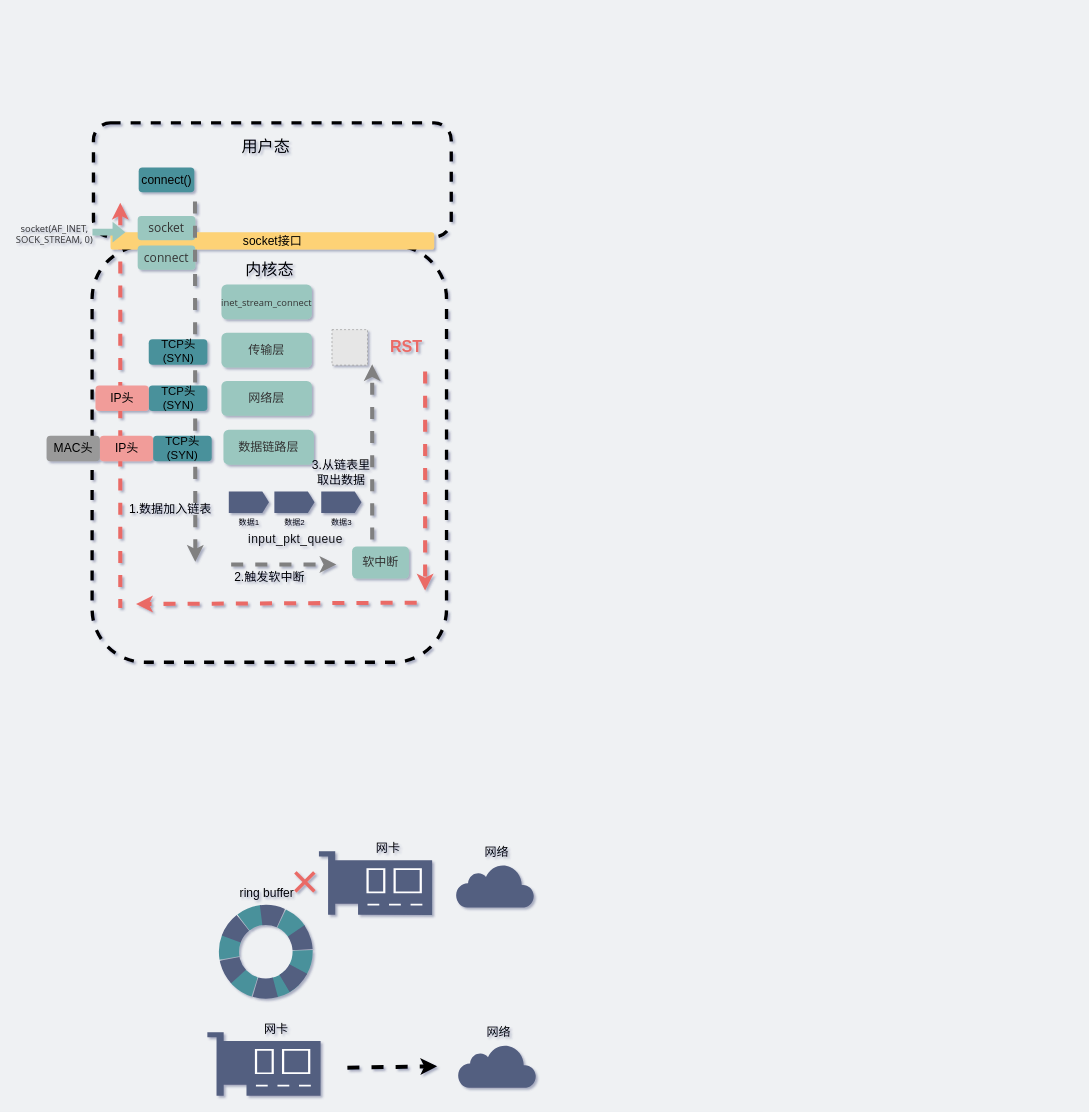
Before: network/连外网地址时端口不存在.drawio in xiaobaiTech/image, a draw.io diagram. Source tidied: cells renumbered, new cells numbered last; positions are measured from the earlier drawing's top-left corner, leaving out a move shared by most shapes. Both pictures are drawn from the tidied source at 67%, with x=0, y=0 at pixel (11, 123). Pictures stored in the file or linked from it are replaced by grey dashed boxes.
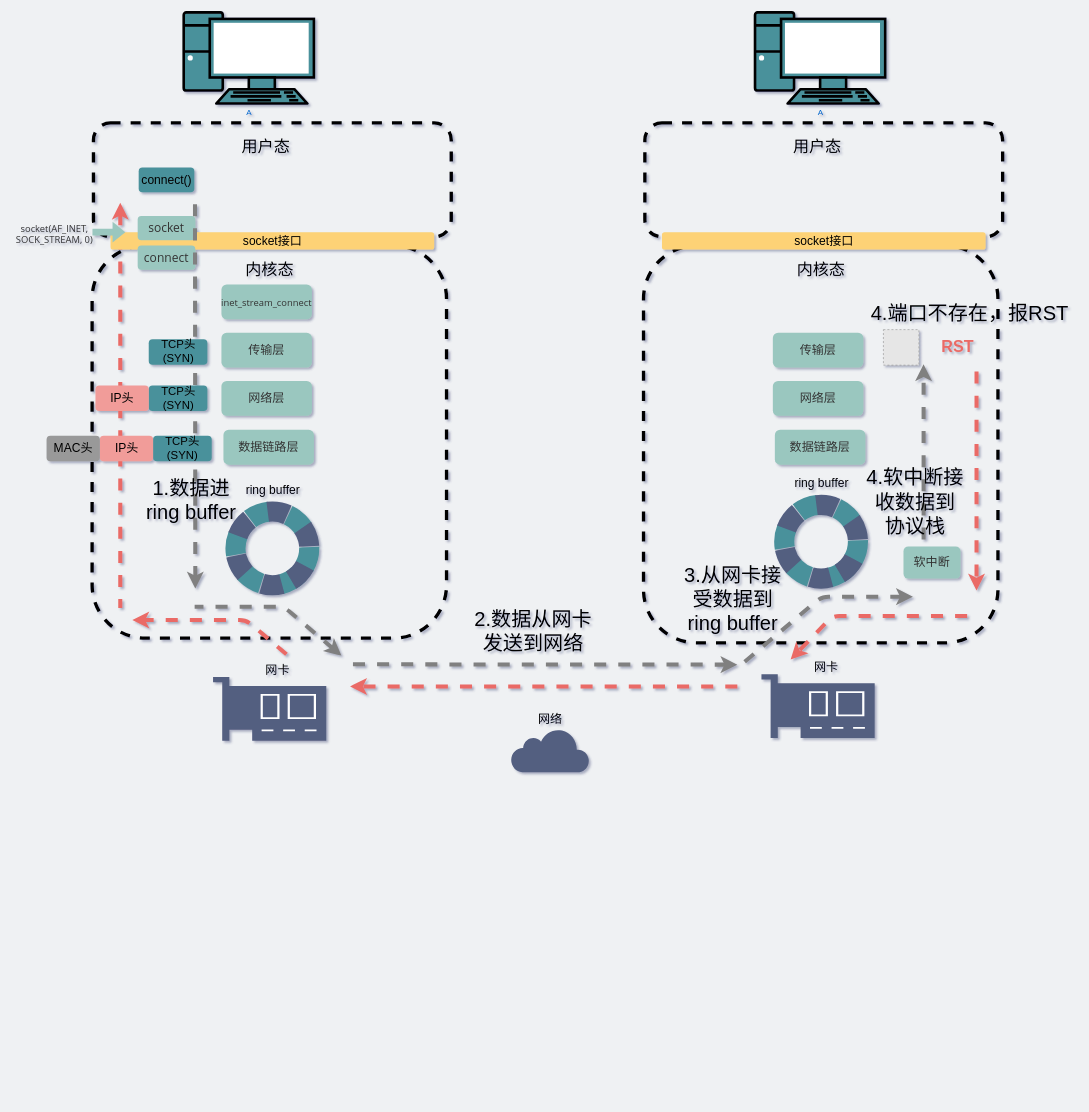
After the change.

Commit message:
Update 连外网地址时端口不存在.drawio

Diff of the diagram source:
```diff
@@
+    <mxCell id="51" style="rounded=1;whiteSpace=wrap;html=1;dashed=1;strokeWidth=5;fillColor=none;" parent="1" vertex="1">
+      <mxGeometry x="943" y="183" width="529" height="593" as="geometry" />
+    </mxCell>
@@
     <mxCell id="4" style="rounded=1;whiteSpace=wrap;html=1;dashed=1;strokeWidth=5;fillColor=none;" parent="1" vertex="1">
-      <mxGeometry x="120" y="183" width="529" height="622" as="geometry" />
+      <mxGeometry x="120" y="183" width="529" height="586" as="geometry" />
     </mxCell>
@@
-    <mxCell id="16" style="shadow=0;dashed=0;html=1;strokeColor=none;labelPosition=center;verticalLabelPosition=bottom;verticalAlign=top;align=center;shape=mxgraph.veeam2.network_card;fillColor=#535E80;" parent="1" vertex="1">
-      <mxGeometry x="292" y="1357" width="169" height="95" as="geometry" />
-    </mxCell>
     <mxCell id="17" style="ellipse;whiteSpace=wrap;html=1;dashed=1;fontSize=18;strokeWidth=30;fillColor=none;strokeColor=#4A919B;rotation=45;dashPattern=1 1;" parent="1" vertex="1">
-      <mxGeometry x="324.2" y="1182" width="110" height="110" as="geometry" />
+      <mxGeometry x="334" y="580" width="110" height="110" as="geometry" />
     </mxCell>
     <mxCell id="18" style="ellipse;whiteSpace=wrap;html=1;dashed=1;fontSize=18;strokeWidth=30;fillColor=none;rotation=75;dashPattern=1 1;strokeColor=#535E80;" parent="1" vertex="1">
-      <mxGeometry x="324.2" y="1182" width="110" height="110" as="geometry" />
+      <mxGeometry x="334" y="580" width="110" height="110" as="geometry" />
     </mxCell>
     <mxCell id="19" value="ring buffer" style="text;html=1;strokeColor=none;fillColor=none;align=center;verticalAlign=middle;whiteSpace=wrap;rounded=0;dashed=1;dashPattern=1 1;fontSize=18;" parent="1" vertex="1">
-      <mxGeometry x="327.5" y="1138" width="106" height="24" as="geometry" />
+      <mxGeometry x="337.2" y="536" width="106" height="24" as="geometry" />
     </mxCell>
-    <mxCell id="20" value="网卡" style="text;html=1;strokeColor=none;fillColor=none;align=center;verticalAlign=middle;whiteSpace=wrap;rounded=0;dashed=1;dashPattern=1 1;fontSize=18;" parent="1" vertex="1">
-      <mxGeometry x="342" y="1341" width="106" height="24" as="geometry" />
-    </mxCell>
@@
     <mxCell id="22" style="endArrow=none;dashed=1;html=1;labelBackgroundColor=none;fontSize=18;fontColor=#9AC7BF;fillColor=#9AC7BF;startArrow=classic;startFill=1;strokeWidth=6;strokeColor=#808080;" parent="1" edge="1">
       <mxGeometry relative="1" as="geometry">
-        <mxPoint x="274" y="655" as="sourcePoint" />
+        <mxPoint x="274" y="695" as="sourcePoint" />
         <mxPoint x="273.5" y="111" as="targetPoint" />
       </mxGeometry>
     </mxCell>
-    <mxCell id="23" style="endArrow=classic;dashed=1;html=1;labelBackgroundColor=none;fontSize=18;fontColor=#9AC7BF;strokeWidth=6;fillColor=#9AC7BF;endFill=1;" parent="1" edge="1">
-      <mxGeometry relative="1" as="geometry">
-        <mxPoint x="501" y="1410" as="sourcePoint" />
-        <mxPoint x="635" y="1408" as="targetPoint" />
-      </mxGeometry>
-    </mxCell>
-    <mxCell id="24" style="html=1;gradientColor=none;gradientDirection=north;strokeWidth=2;shape=mxgraph.networks.cloud;fontColor=#ffffff;dashed=1;dashPattern=1 1;labelBackgroundColor=none;fontSize=18;strokeColor=none;fillColor=#535E80;" parent="1" vertex="1">
-      <mxGeometry x="666" y="1375" width="117" height="65" as="geometry" />
-    </mxCell>
-    <mxCell id="25" value="网络" style="text;html=1;strokeColor=none;fillColor=none;align=center;verticalAlign=middle;whiteSpace=wrap;rounded=0;dashed=1;dashPattern=1 1;fontSize=18;" parent="1" vertex="1">
-      <mxGeometry x="674" y="1345" width="106" height="24" as="geometry" />
-    </mxCell>
@@
-    <mxCell id="32" value="数据1" style="shape=mxgraph.arrows2.arrow;verticalLabelPosition=bottom;shadow=0;dashed=0;align=center;html=1;verticalAlign=top;strokeWidth=1;dy=0;dx=10;notch=0;sketch=0;strokeColor=none;fillColor=#535E80;" parent="1" vertex="1">
-      <mxGeometry x="324" y="550" width="60" height="32" as="geometry" />
-    </mxCell>
-    <mxCell id="33" value="&lt;span style=&quot;font-family: , &amp;#34;simsun&amp;#34; ; font-size: 12px ; background-color: inherit ; color: rgb(18 , 18 , 18) ; letter-spacing: 0.544px ; text-align: justify&quot;&gt;&amp;nbsp;&lt;/span&gt;&lt;span style=&quot;font-family: , &amp;#34;simsun&amp;#34; ; background-color: inherit ; color: rgb(18 , 18 , 18) ; letter-spacing: 0.544px ; text-align: justify&quot;&gt;&lt;font style=&quot;font-size: 18px&quot;&gt;input_pkt_queue&lt;/font&gt;&lt;/span&gt;" style="text;html=1;strokeColor=none;fillColor=none;align=center;verticalAlign=middle;whiteSpace=wrap;rounded=0;dashed=1;dashPattern=1 1;fontSize=18;" parent="1" vertex="1">
-      <mxGeometry x="346" y="606" width="152" height="29.1" as="geometry" />
-    </mxCell>
-    <mxCell id="34" value="数据2" style="shape=mxgraph.arrows2.arrow;verticalLabelPosition=bottom;shadow=0;dashed=0;align=center;html=1;verticalAlign=top;strokeWidth=1;dy=0;dx=10;notch=0;sketch=0;strokeColor=none;fillColor=#535E80;" parent="1" vertex="1">
-      <mxGeometry x="392" y="550" width="60" height="32" as="geometry" />
-    </mxCell>
-    <mxCell id="35" value="数据3" style="shape=mxgraph.arrows2.arrow;verticalLabelPosition=bottom;shadow=0;dashed=0;align=center;html=1;verticalAlign=top;strokeWidth=1;dy=0;dx=10;notch=0;sketch=0;strokeColor=none;fillColor=#535E80;" parent="1" vertex="1">
-      <mxGeometry x="462" y="550" width="60" height="32" as="geometry" />
-    </mxCell>
-    <mxCell id="36" value="&lt;span style=&quot;color: rgb(51 , 51 , 51) ; font-family: &amp;#34;open sans&amp;#34; , &amp;#34;clear sans&amp;#34; , &amp;#34;helvetica neue&amp;#34; , &amp;#34;helvetica&amp;#34; , &amp;#34;arial&amp;#34; , sans-serif ; font-size: 18px&quot;&gt;软中断&lt;/span&gt;" style="rounded=1;whiteSpace=wrap;html=1;strokeColor=none;fontSize=18;fillColor=#9AC7BF;labelBackgroundColor=none;" parent="1" vertex="1">
-      <mxGeometry x="508" y="632" width="85" height="48" as="geometry" />
-    </mxCell>
-    <mxCell id="37" value="&lt;font style=&quot;font-size: 18px&quot;&gt;1.数据加入链表&lt;/font&gt;" style="text;html=1;strokeColor=none;fillColor=none;align=center;verticalAlign=middle;whiteSpace=wrap;rounded=0;sketch=0;" parent="1" vertex="1">
-      <mxGeometry x="174" y="560" width="126" height="34" as="geometry" />
-    </mxCell>
-    <mxCell id="38" value="&lt;font style=&quot;font-size: 18px&quot;&gt;2.触发软中断&lt;/font&gt;" style="text;html=1;strokeColor=none;fillColor=none;align=center;verticalAlign=middle;whiteSpace=wrap;rounded=0;sketch=0;" parent="1" vertex="1">
-      <mxGeometry x="322" y="661" width="126" height="34" as="geometry" />
-    </mxCell>
-    <mxCell id="39" style="endArrow=classic;html=1;strokeWidth=6;dashed=1;strokeColor=#808080;" parent="1" edge="1">
-      <mxGeometry relative="1" as="geometry">
-        <mxPoint x="327.5" y="659" as="sourcePoint" />
-        <mxPoint x="484.5" y="659" as="targetPoint" />
-      </mxGeometry>
-    </mxCell>
-    <mxCell id="40" style="endArrow=classic;dashed=1;html=1;labelBackgroundColor=none;fontSize=18;fontColor=#9AC7BF;fillColor=#9AC7BF;startArrow=none;startFill=0;strokeWidth=6;strokeColor=#808080;endFill=1;exitX=0.731;exitY=0.755;exitDx=0;exitDy=0;exitPerimeter=0;" parent="1" edge="1">
-      <mxGeometry relative="1" as="geometry">
-        <mxPoint x="538" y="621.8" as="sourcePoint" />
-        <mxPoint x="538" y="360.2" as="targetPoint" />
-      </mxGeometry>
-    </mxCell>
-    <mxCell id="41" value="&lt;font style=&quot;font-size: 18px&quot;&gt;3.从链表里&lt;br&gt;取出数据&lt;/font&gt;" style="text;html=1;strokeColor=none;fillColor=none;align=center;verticalAlign=middle;whiteSpace=wrap;rounded=0;sketch=0;" parent="1" vertex="1">
-      <mxGeometry x="429" y="505" width="126" height="34" as="geometry" />
-    </mxCell>
-    <mxCell id="42" style="fillColor=#E6E6E6;strokeColor=#999999;dashed=1;html=1;verticalAlign=top;verticalLabelPosition=bottom;labelBackgroundColor=#ffffff;" parent="1" vertex="1">
-      <mxGeometry x="478" y="308.5" width="53" height="53" as="geometry" />
-    </mxCell>
-    <mxCell id="43" value="&lt;font style=&quot;font-size: 24px&quot; color=&quot;#ea6b66&quot;&gt;&lt;b&gt;RST&lt;/b&gt;&lt;/font&gt;" style="text;html=1;strokeColor=none;fillColor=none;align=center;verticalAlign=middle;whiteSpace=wrap;rounded=0;" parent="1" vertex="1">
-      <mxGeometry x="569" y="325" width="40" height="20" as="geometry" />
-    </mxCell>
-    <mxCell id="44" style="endArrow=classic;html=1;strokeWidth=6;dashed=1;strokeColor=#EA6B66;" parent="1" edge="1">
-      <mxGeometry relative="1" as="geometry">
-        <mxPoint x="617" y="371" as="sourcePoint" />
-        <mxPoint x="617" y="698" as="targetPoint" />
-      </mxGeometry>
-    </mxCell>
-    <mxCell id="45" style="endArrow=classic;html=1;strokeWidth=6;dashed=1;strokeColor=#EA6B66;" parent="1" edge="1">
-      <mxGeometry relative="1" as="geometry">
-        <mxPoint x="604.5" y="716" as="sourcePoint" />
-        <mxPoint x="185.5" y="718" as="targetPoint" />
-      </mxGeometry>
-    </mxCell>
     <mxCell id="46" style="shadow=0;dashed=0;html=1;strokeColor=none;labelPosition=center;verticalLabelPosition=bottom;verticalAlign=top;align=center;shape=mxgraph.veeam2.network_card;fillColor=#535E80;" parent="1" vertex="1">
-      <mxGeometry x="458.5" y="1087" width="169" height="95" as="geometry" />
+      <mxGeometry x="300.5" y="827" width="169" height="95" as="geometry" />
     </mxCell>
     <mxCell id="47" value="网卡" style="text;html=1;strokeColor=none;fillColor=none;align=center;verticalAlign=middle;whiteSpace=wrap;rounded=0;dashed=1;dashPattern=1 1;fontSize=18;" parent="1" vertex="1">
-      <mxGeometry x="508.5" y="1071" width="106" height="24" as="geometry" />
+      <mxGeometry x="344" y="805" width="106" height="24" as="geometry" />
     </mxCell>
     <mxCell id="48" style="html=1;gradientColor=none;gradientDirection=north;strokeWidth=2;shape=mxgraph.networks.cloud;fontColor=#ffffff;dashed=1;dashPattern=1 1;labelBackgroundColor=none;fontSize=18;strokeColor=none;fillColor=#535E80;" parent="1" vertex="1">
-      <mxGeometry x="663" y="1106" width="117" height="65" as="geometry" />
+      <mxGeometry x="745.2" y="904" width="117" height="65" as="geometry" />
     </mxCell>
     <mxCell id="49" value="网络" style="text;html=1;strokeColor=none;fillColor=none;align=center;verticalAlign=middle;whiteSpace=wrap;rounded=0;dashed=1;dashPattern=1 1;fontSize=18;" parent="1" vertex="1">
-      <mxGeometry x="671" y="1076" width="106" height="24" as="geometry" />
+      <mxGeometry x="750.8" y="878" width="106" height="24" as="geometry" />
     </mxCell>
-    <mxCell id="50" value="&lt;font style=&quot;font-size: 72px&quot; color=&quot;#ea6b66&quot;&gt;×&lt;/font&gt;" style="text;html=1;strokeColor=none;fillColor=none;align=center;verticalAlign=middle;whiteSpace=wrap;rounded=0;sketch=0;fontSize=100;" parent="1" vertex="1">
-      <mxGeometry x="384" y="1076" width="108" height="89" as="geometry" />
-    </mxCell>
+    <mxCell id="52" style="rounded=1;whiteSpace=wrap;html=1;dashed=1;strokeWidth=5;fillColor=none;" parent="1" vertex="1">
+      <mxGeometry x="945" width="534" height="170" as="geometry" />
+    </mxCell>
+    <mxCell id="53" value="&lt;font style=&quot;font-size: 18px&quot;&gt;socket接口&lt;/font&gt;" style="rounded=1;whiteSpace=wrap;html=1;strokeColor=none;labelBackgroundColor=none;fillColor=#FDD276;" parent="1" vertex="1">
+      <mxGeometry x="970.5" y="163" width="483" height="26" as="geometry" />
+    </mxCell>
+    <mxCell id="54" value="&lt;font style=&quot;font-size: 24px&quot;&gt;用户态&lt;/font&gt;" style="text;html=1;strokeColor=none;fillColor=none;align=center;verticalAlign=middle;whiteSpace=wrap;rounded=0;dashed=1;" parent="1" vertex="1">
+      <mxGeometry x="1136" y="26" width="132.5" height="20" as="geometry" />
+    </mxCell>
+    <mxCell id="55" value="&lt;font style=&quot;font-size: 24px&quot;&gt;内核态&lt;/font&gt;" style="text;html=1;strokeColor=none;align=center;verticalAlign=middle;whiteSpace=wrap;rounded=0;dashed=1;labelBackgroundColor=none;" parent="1" vertex="1">
+      <mxGeometry x="1157" y="209" width="102" height="20" as="geometry" />
+    </mxCell>
+    <mxCell id="56" value="&lt;span style=&quot;color: rgb(51, 51, 51); font-family: &amp;quot;open sans&amp;quot;, &amp;quot;clear sans&amp;quot;, &amp;quot;helvetica neue&amp;quot;, helvetica, arial, sans-serif; font-size: 18px;&quot;&gt;&lt;font style=&quot;font-size: 18px&quot;&gt;传输层&lt;/font&gt;&lt;/span&gt;" style="rounded=1;whiteSpace=wrap;html=1;strokeColor=none;fontSize=18;fillColor=#9AC7BF;labelBackgroundColor=none;" parent="1" vertex="1">
+      <mxGeometry x="1136" y="313" width="135" height="52" as="geometry" />
+    </mxCell>
+    <mxCell id="57" value="&lt;span style=&quot;color: rgb(51, 51, 51); font-family: &amp;quot;open sans&amp;quot;, &amp;quot;clear sans&amp;quot;, &amp;quot;helvetica neue&amp;quot;, helvetica, arial, sans-serif; font-size: 18px;&quot;&gt;网络层&lt;/span&gt;" style="rounded=1;whiteSpace=wrap;html=1;strokeColor=none;fontSize=18;fillColor=#9AC7BF;labelBackgroundColor=none;" parent="1" vertex="1">
+      <mxGeometry x="1136" y="385" width="135" height="52" as="geometry" />
+    </mxCell>
+    <mxCell id="58" value="&lt;span style=&quot;color: rgb(51, 51, 51); font-family: &amp;quot;open sans&amp;quot;, &amp;quot;clear sans&amp;quot;, &amp;quot;helvetica neue&amp;quot;, helvetica, arial, sans-serif; font-size: 18px;&quot;&gt;数据链路层&lt;/span&gt;" style="rounded=1;whiteSpace=wrap;html=1;strokeColor=none;fontSize=18;fillColor=#9AC7BF;labelBackgroundColor=none;" parent="1" vertex="1">
+      <mxGeometry x="1139" y="458" width="135" height="52" as="geometry" />
+    </mxCell>
+    <mxCell id="36" value="&lt;span style=&quot;color: rgb(51 , 51 , 51) ; font-family: &amp;#34;open sans&amp;#34; , &amp;#34;clear sans&amp;#34; , &amp;#34;helvetica neue&amp;#34; , &amp;#34;helvetica&amp;#34; , &amp;#34;arial&amp;#34; , sans-serif ; font-size: 18px&quot;&gt;软中断&lt;/span&gt;" style="rounded=1;whiteSpace=wrap;html=1;strokeColor=none;fontSize=18;fillColor=#9AC7BF;labelBackgroundColor=none;" parent="1" vertex="1">
+      <mxGeometry x="1331" y="632" width="85" height="48" as="geometry" />
+    </mxCell>
+    <mxCell id="59" style="endArrow=classic;dashed=1;html=1;labelBackgroundColor=none;fontSize=18;fontColor=#9AC7BF;fillColor=#9AC7BF;startArrow=none;startFill=0;strokeWidth=6;strokeColor=#808080;endFill=1;exitX=0.731;exitY=0.755;exitDx=0;exitDy=0;exitPerimeter=0;" parent="1" edge="1">
+      <mxGeometry relative="1" as="geometry">
+        <mxPoint x="1361" y="621.8" as="sourcePoint" />
+        <mxPoint x="1361" y="360.2" as="targetPoint" />
+      </mxGeometry>
+    </mxCell>
+    <mxCell id="60" style="fillColor=#E6E6E6;strokeColor=#999999;dashed=1;html=1;verticalAlign=top;verticalLabelPosition=bottom;labelBackgroundColor=#ffffff;" parent="1" vertex="1">
+      <mxGeometry x="1301" y="308.5" width="53" height="53" as="geometry" />
+    </mxCell>
+    <mxCell id="43" value="&lt;font style=&quot;font-size: 24px&quot; color=&quot;#ea6b66&quot;&gt;&lt;b&gt;RST&lt;/b&gt;&lt;/font&gt;" style="text;html=1;strokeColor=none;fillColor=none;align=center;verticalAlign=middle;whiteSpace=wrap;rounded=0;" parent="1" vertex="1">
+      <mxGeometry x="1392" y="325" width="40" height="20" as="geometry" />
+    </mxCell>
+    <mxCell id="61" style="endArrow=classic;html=1;strokeWidth=6;dashed=1;strokeColor=#EA6B66;" parent="1" edge="1">
+      <mxGeometry relative="1" as="geometry">
+        <mxPoint x="1440" y="371" as="sourcePoint" />
+        <mxPoint x="1440" y="698" as="targetPoint" />
+      </mxGeometry>
+    </mxCell>
+    <mxCell id="62" style="endArrow=classic;html=1;strokeWidth=6;dashed=1;strokeColor=#EA6B66;entryX=0;entryY=0;entryDx=0;entryDy=0;" parent="1" edge="1" target="20">
+      <mxGeometry relative="1" as="geometry">
+        <mxPoint x="1426" y="736" as="sourcePoint" />
+        <Array as="points">
+          <mxPoint x="1225" y="736" />
+        </Array>
+      </mxGeometry>
+    </mxCell>
+    <mxCell id="63" style="shadow=0;dashed=0;html=1;strokeColor=none;labelPosition=center;verticalLabelPosition=bottom;verticalAlign=top;align=center;shape=mxgraph.veeam2.network_card;fillColor=#535E80;" parent="1" vertex="1">
+      <mxGeometry x="1119" y="823" width="169" height="95" as="geometry" />
+    </mxCell>
+    <mxCell id="20" value="网卡" style="text;html=1;strokeColor=none;fillColor=none;align=center;verticalAlign=middle;whiteSpace=wrap;rounded=0;dashed=1;dashPattern=1 1;fontSize=18;" parent="1" vertex="1">
+      <mxGeometry x="1162.5" y="801" width="106" height="24" as="geometry" />
+    </mxCell>
+    <mxCell id="64" style="ellipse;whiteSpace=wrap;html=1;dashed=1;fontSize=18;strokeWidth=30;fillColor=none;strokeColor=#4A919B;rotation=45;dashPattern=1 1;" parent="1" vertex="1">
+      <mxGeometry x="1153" y="570" width="110" height="110" as="geometry" />
+    </mxCell>
+    <mxCell id="65" style="ellipse;whiteSpace=wrap;html=1;dashed=1;fontSize=18;strokeWidth=30;fillColor=none;rotation=75;dashPattern=1 1;strokeColor=#535E80;" parent="1" vertex="1">
+      <mxGeometry x="1153" y="570" width="110" height="110" as="geometry" />
+    </mxCell>
+    <mxCell id="66" value="ring buffer" style="text;html=1;strokeColor=none;fillColor=none;align=center;verticalAlign=middle;whiteSpace=wrap;rounded=0;dashed=1;dashPattern=1 1;fontSize=18;" parent="1" vertex="1">
+      <mxGeometry x="1156.2" y="526" width="106" height="24" as="geometry" />
+    </mxCell>
+    <mxCell id="67" style="endArrow=classic;html=1;strokeWidth=6;dashed=1;strokeColor=#EA6B66;" parent="1" edge="1">
+      <mxGeometry relative="1" as="geometry">
+        <mxPoint x="1083" y="841" as="sourcePoint" />
+        <mxPoint x="505" y="841" as="targetPoint" />
+      </mxGeometry>
+    </mxCell>
+    <mxCell id="68" style="endArrow=classic;html=1;strokeWidth=6;dashed=1;strokeColor=#EA6B66;" parent="1" edge="1">
+      <mxGeometry relative="1" as="geometry">
+        <mxPoint x="410" y="793" as="sourcePoint" />
+        <mxPoint x="180" y="742" as="targetPoint" />
+        <Array as="points">
+          <mxPoint x="350" y="742" />
+        </Array>
+      </mxGeometry>
+    </mxCell>
+    <mxCell id="69" style="endArrow=none;dashed=1;html=1;labelBackgroundColor=none;fontSize=18;fontColor=#9AC7BF;fillColor=#9AC7BF;startArrow=classic;startFill=1;strokeWidth=6;strokeColor=#808080;" parent="1" edge="1">
+      <mxGeometry relative="1" as="geometry">
+        <mxPoint x="1083" y="808.5" as="sourcePoint" />
+        <mxPoint x="504" y="808" as="targetPoint" />
+      </mxGeometry>
+    </mxCell>
+    <mxCell id="70" style="endArrow=none;dashed=1;html=1;labelBackgroundColor=none;fontSize=18;fontColor=#9AC7BF;fillColor=#9AC7BF;startArrow=classic;startFill=1;strokeWidth=6;strokeColor=#808080;" parent="1" edge="1">
+      <mxGeometry relative="1" as="geometry">
+        <mxPoint x="1345" y="707" as="sourcePoint" />
+        <mxPoint x="1093" y="805" as="targetPoint" />
+        <Array as="points">
+          <mxPoint x="1209" y="707" />
+        </Array>
+      </mxGeometry>
+    </mxCell>
+    <mxCell id="71" style="endArrow=none;html=1;strokeWidth=6;dashed=1;startArrow=classic;startFill=1;endFill=0;strokeColor=#808080;" parent="1" edge="1">
+      <mxGeometry relative="1" as="geometry">
+        <mxPoint x="492" y="795" as="sourcePoint" />
+        <mxPoint x="273" y="722" as="targetPoint" />
+        <Array as="points">
+          <mxPoint x="406" y="722" />
+        </Array>
+      </mxGeometry>
+    </mxCell>
+    <mxCell id="72" value="&lt;font style=&quot;font-size: 30px&quot;&gt;2.数据从网卡&lt;br&gt;发送到网络&lt;/font&gt;" style="text;html=1;strokeColor=none;fillColor=none;align=center;verticalAlign=middle;whiteSpace=wrap;rounded=0;sketch=0;" parent="1" vertex="1">
+      <mxGeometry x="673" y="739" width="210.5" height="37" as="geometry" />
+    </mxCell>
+    <mxCell id="37" value="&lt;font style=&quot;font-size: 30px&quot;&gt;1.数据进&lt;br&gt;ring buffer&lt;/font&gt;" style="text;html=1;strokeColor=none;fillColor=none;align=center;verticalAlign=middle;whiteSpace=wrap;rounded=0;sketch=0;" parent="1" vertex="1">
+      <mxGeometry x="183" y="546" width="170" height="34" as="geometry" />
+    </mxCell>
+    <mxCell id="73" value="&lt;font style=&quot;font-size: 30px&quot;&gt;3.从网卡接受数据到 ring buffer&lt;br&gt;&lt;br&gt;&lt;/font&gt;" style="text;html=1;strokeColor=none;fillColor=none;align=center;verticalAlign=middle;whiteSpace=wrap;rounded=0;sketch=0;" parent="1" vertex="1">
+      <mxGeometry x="1002" y="682" width="149" height="94" as="geometry" />
+    </mxCell>
+    <mxCell id="74" value="&lt;font style=&quot;font-size: 30px&quot;&gt;4.软中断接收数据到协议栈&lt;br&gt;&lt;/font&gt;" style="text;html=1;strokeColor=none;fillColor=none;align=center;verticalAlign=middle;whiteSpace=wrap;rounded=0;sketch=0;" parent="1" vertex="1">
+      <mxGeometry x="1274" y="518" width="149" height="94" as="geometry" />
+    </mxCell>
+    <mxCell id="75" value="&lt;font style=&quot;font-size: 30px&quot;&gt;4.端口不存在，报RST&lt;br&gt;&lt;/font&gt;" style="text;html=1;strokeColor=none;fillColor=none;align=center;verticalAlign=middle;whiteSpace=wrap;rounded=0;sketch=0;" parent="1" vertex="1">
+      <mxGeometry x="1274" y="219" width="312" height="128" as="geometry" />
+    </mxCell>
+    <mxCell id="76" value="A" style="fontColor=#0066CC;verticalAlign=top;verticalLabelPosition=bottom;labelPosition=center;align=center;html=1;gradientColor=none;gradientDirection=north;strokeWidth=2;shape=mxgraph.networks.pc;fillColor=#4A919B;" parent="1" vertex="1">
+      <mxGeometry x="256.7" y="-165" width="194.3" height="136" as="geometry" />
+    </mxCell>
+    <mxCell id="77" value="A" style="fontColor=#0066CC;verticalAlign=top;verticalLabelPosition=bottom;labelPosition=center;align=center;html=1;gradientColor=none;gradientDirection=north;strokeWidth=2;shape=mxgraph.networks.pc;fillColor=#4A919B;" parent="1" vertex="1">
+      <mxGeometry x="1109.4" y="-165" width="194.3" height="136" as="geometry" />
+    </mxCell>
```
